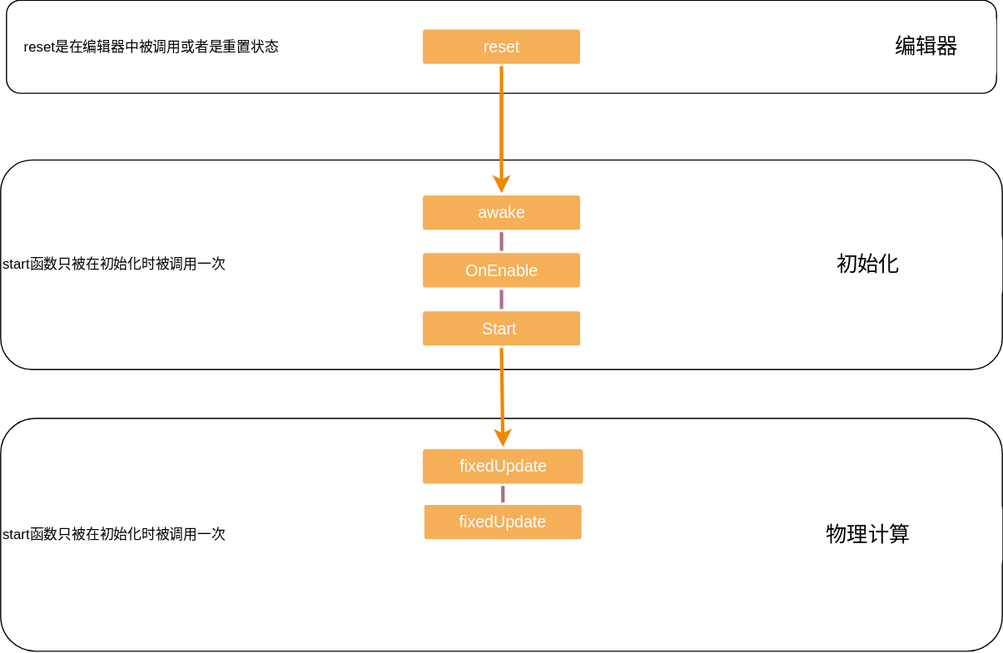
The draw.io diagram unitylearn.svg in SandWind/unitylearn, before a commit. Source tidied: cells renumbered, new cells last; positions are measured from the earlier drawing's top-left corner, leaving out a move shared by most shapes.
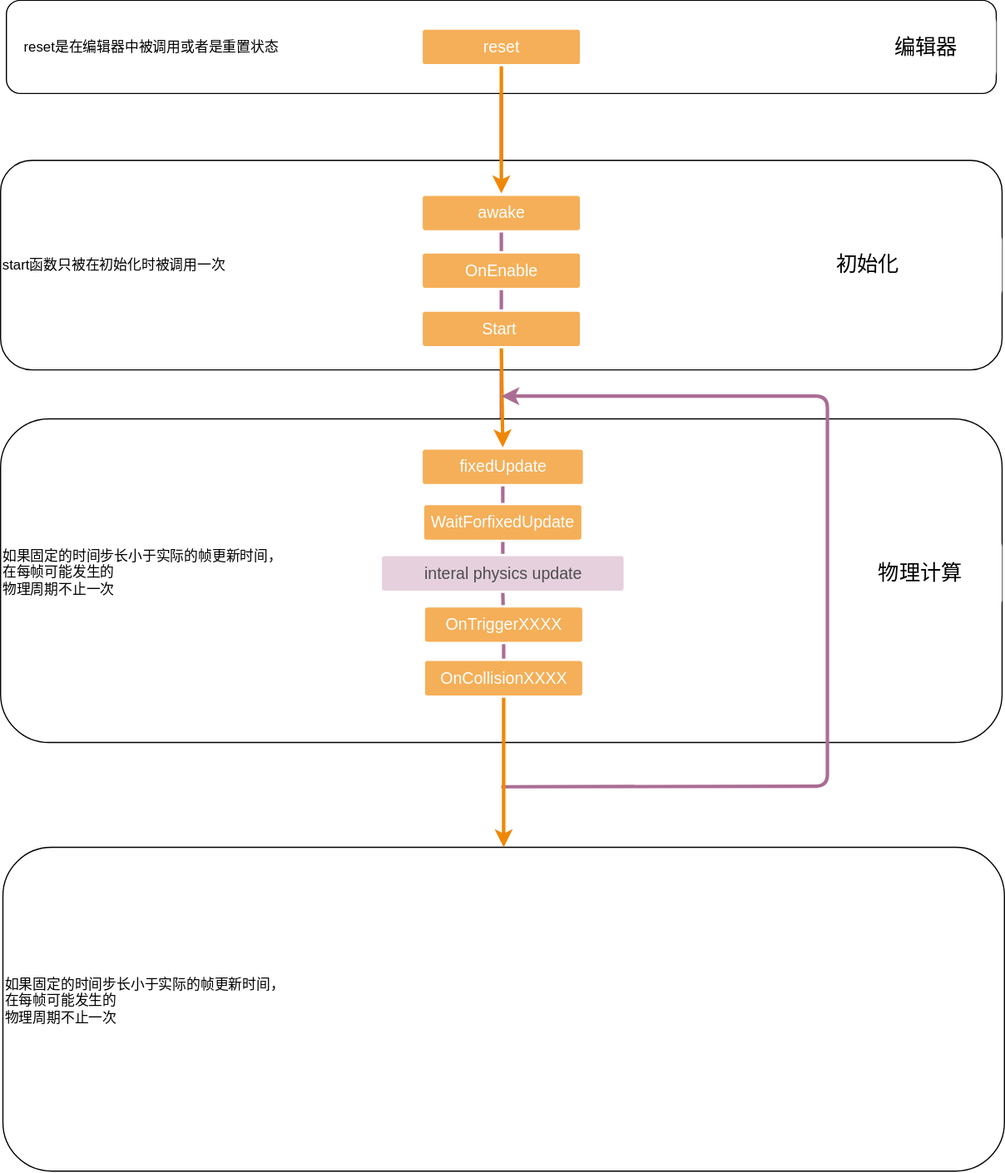
After the commit.

Diff of the diagram source:
```diff
@@ -2,8 +2,14 @@
   <root>
     <mxCell id="0" />
     <mxCell id="1" parent="0" />
+    <mxCell id="20" value="&lt;div&gt;如果固定的时间步长小于实际的帧更新时间，&lt;/div&gt;&lt;div&gt;&lt;span&gt;在每帧可能发生的&lt;/span&gt;&lt;/div&gt;物理周期&lt;span&gt;不止一次&lt;/span&gt;&lt;br&gt;&lt;div&gt;&lt;br&gt;&lt;/div&gt;" style="rounded=1;whiteSpace=wrap;html=1;align=left;" parent="1" vertex="1">
+      <mxGeometry x="2" y="727" width="860" height="278" as="geometry" />
+    </mxCell>
+    <mxCell id="21" style="edgeStyle=orthogonalEdgeStyle;rounded=0;jettySize=auto;html=1;strokeColor=#AB6D94;strokeWidth=3;fontColor=#4D4D4D;" parent="1" edge="1" source="2" target="12">
+      <mxGeometry relative="1" as="geometry" />
+    </mxCell>
-    <mxCell id="2" value="start函数只被在初始化时被调用一次" style="rounded=1;whiteSpace=wrap;html=1;align=left;" parent="1" vertex="1">
-      <mxGeometry y="359" width="860" height="200" as="geometry" />
+    <mxCell id="2" value="&lt;div&gt;如果固定的时间步长小于实际的帧更新时间，&lt;/div&gt;&lt;div&gt;&lt;span&gt;在每帧可能发生的&lt;/span&gt;&lt;/div&gt;物理周期&lt;span&gt;不止一次&lt;/span&gt;&lt;br&gt;&lt;div&gt;&lt;br&gt;&lt;/div&gt;" style="rounded=1;whiteSpace=wrap;html=1;align=left;" parent="1" vertex="1">
+      <mxGeometry y="359" width="860" height="278" as="geometry" />
     </mxCell>
     <mxCell id="3" style="edgeStyle=orthogonalEdgeStyle;rounded=0;jettySize=auto;html=1;strokeColor=#AB6D94;strokeWidth=3;fontColor=#000000;" parent="1" edge="1" source="4" target="6">
       <mxGeometry relative="1" as="geometry" />
@@ -47,14 +53,49 @@
     <mxCell id="16" value="fixedUpdate" style="rounded=1;whiteSpace=wrap;html=1;shadow=0;labelBackgroundColor=none;strokeColor=none;strokeWidth=3;fillColor=#f5af58;fontFamily=Helvetica;fontSize=14;fontColor=#FFFFFF;align=center;spacing=5;arcSize=7;perimeterSpacing=2;" parent="1" vertex="1">
       <mxGeometry x="362.5" y="385.5" width="137.5" height="29.5" as="geometry" />
     </mxCell>
-    <mxCell id="17" value="&lt;span style=&quot;font-size: 18px&quot;&gt;物理计算&lt;/span&gt;" style="rounded=1;whiteSpace=wrap;html=1;labelBackgroundColor=none;labelBorderColor=none;strokeColor=none;" parent="1" vertex="1">
-      <mxGeometry x="630" y="429" width="230" height="60" as="geometry" />
+    <mxCell id="17" value="&lt;span style=&quot;font-size: 18px&quot;&gt;物理计算&lt;/span&gt;" style="rounded=1;whiteSpace=wrap;html=1;labelBackgroundColor=none;labelBorderColor=none;strokeColor=none;imageWidth=20;arcSize=12;" parent="1" vertex="1">
+      <mxGeometry x="720" y="461.8" width="140" height="60" as="geometry" />
     </mxCell>
-    <mxCell id="18" value="fixedUpdate" style="rounded=1;whiteSpace=wrap;html=1;shadow=0;labelBackgroundColor=none;strokeColor=none;strokeWidth=3;fillColor=#f5af58;fontFamily=Helvetica;fontSize=14;fontColor=#FFFFFF;align=center;spacing=5;arcSize=7;perimeterSpacing=2;" parent="1" vertex="1">
+    <mxCell id="18" value="WaitForfixedUpdate" style="rounded=1;whiteSpace=wrap;html=1;shadow=0;labelBackgroundColor=none;strokeColor=none;strokeWidth=3;fillColor=#f5af58;fontFamily=Helvetica;fontSize=14;fontColor=#FFFFFF;align=center;spacing=5;arcSize=7;perimeterSpacing=2;" parent="1" vertex="1">
       <mxGeometry x="363.8" y="433.2" width="135" height="29.5" as="geometry" />
     </mxCell>
     <mxCell id="19" style="endArrow=none;html=1;fontColor=#000000;entryX=0.5;entryY=1;entryDx=0;entryDy=0;strokeColor=#AB6D94;strokeWidth=3;exitX=0.5;exitY=0;exitDx=0;exitDy=0;" parent="1" edge="1" source="18" target="16">
       <mxGeometry relative="1" as="geometry" />
     </mxCell>
+    <mxCell id="22" value="interal physics update" style="rounded=1;whiteSpace=wrap;html=1;shadow=0;labelBackgroundColor=none;strokeColor=none;strokeWidth=3;fontFamily=Helvetica;fontSize=14;align=center;spacing=5;arcSize=7;perimeterSpacing=2;fillColor=#E6D0DE;fontColor=#4D4D4D;" parent="1" vertex="1">
+      <mxGeometry x="327.5" y="477" width="207.5" height="29.5" as="geometry" />
+    </mxCell>
+    <mxCell id="23" style="endArrow=none;html=1;fontColor=#000000;entryX=0.5;entryY=1;entryDx=0;entryDy=0;strokeColor=#AB6D94;strokeWidth=3;exitX=0.5;exitY=0;exitDx=0;exitDy=0;" parent="1" edge="1" source="22" target="18">
+      <mxGeometry relative="1" as="geometry" />
+    </mxCell>
+    <mxCell id="24" value="OnTriggerXXXX" style="rounded=1;whiteSpace=wrap;html=1;shadow=0;labelBackgroundColor=none;strokeColor=none;strokeWidth=3;fillColor=#f5af58;fontFamily=Helvetica;fontSize=14;fontColor=#FFFFFF;align=center;spacing=5;arcSize=7;perimeterSpacing=2;" parent="1" vertex="1">
+      <mxGeometry x="364.5" y="521" width="135" height="29.5" as="geometry" />
+    </mxCell>
+    <mxCell id="25" style="endArrow=none;html=1;fontColor=#000000;strokeColor=#AB6D94;strokeWidth=3;exitX=0.5;exitY=1;exitDx=0;exitDy=0;" parent="1" edge="1" source="22" target="24">
+      <mxGeometry relative="1" as="geometry" />
+    </mxCell>
+    <mxCell id="26" value="OnCollisionXXXX" style="rounded=1;whiteSpace=wrap;html=1;shadow=0;labelBackgroundColor=none;strokeColor=none;strokeWidth=3;fillColor=#f5af58;fontFamily=Helvetica;fontSize=14;fontColor=#FFFFFF;align=center;spacing=5;arcSize=7;perimeterSpacing=2;" parent="1" vertex="1">
+      <mxGeometry x="364.5" y="567" width="135" height="29.5" as="geometry" />
+    </mxCell>
+    <mxCell id="27" style="endArrow=none;html=1;fontColor=#000000;strokeColor=#AB6D94;strokeWidth=3;exitX=0.5;exitY=1;exitDx=0;exitDy=0;entryX=0.5;entryY=0;entryDx=0;entryDy=0;" parent="1" edge="1" source="24" target="26">
+      <mxGeometry relative="1" as="geometry" />
+    </mxCell>
+    <mxCell id="28" style="endArrow=classic;html=1;strokeColor=#AB6D94;strokeWidth=3;fontColor=#4D4D4D;" parent="1" edge="1">
+      <mxGeometry relative="1" as="geometry">
+        <mxPoint x="430" y="675" as="sourcePoint" />
+        <mxPoint x="430" y="339.5" as="targetPoint" />
+        <Array as="points">
+          <mxPoint x="710" y="674.5" />
+          <mxPoint x="710" y="339.5" />
+        </Array>
+      </mxGeometry>
+    </mxCell>
+    <mxCell id="29" style="edgeStyle=none;rounded=0;jumpStyle=none;html=1;shadow=0;labelBackgroundColor=none;startArrow=none;startFill=0;endArrow=classic;endFill=1;jettySize=auto;strokeColor=#F08705;strokeWidth=3;fontFamily=Helvetica;fontSize=14;fontColor=#FFFFFF;spacing=5;exitX=0.5;exitY=1;exitDx=0;exitDy=0;" parent="1" edge="1" source="26" target="20">
+      <mxGeometry relative="1" as="geometry">
+        <Array as="points">
+          <mxPoint x="432" y="677" />
+        </Array>
+      </mxGeometry>
+    </mxCell>
   </root>
 </mxGraphModel>
```
